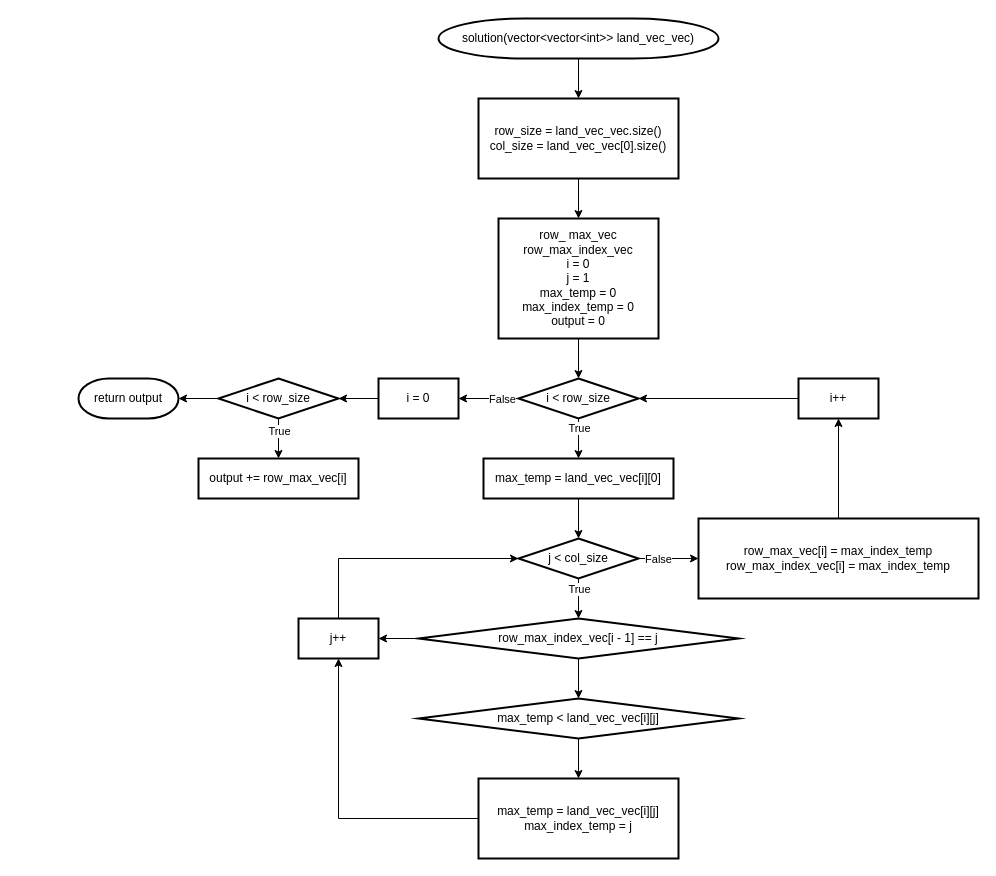
Above: page "before" (1 of 2) of ground picking.drawio in kalgory/201120_Ground-Picking_JHM (draw.io), before the change. Source tidied: cells renumbered, new cells numbered last; positions are measured from the earlier drawing's top-left corner, leaving out a move shared by most shapes. Both pictures are drawn from the tidied source at 100%, with x=0, y=0 at pixel (78, 18).
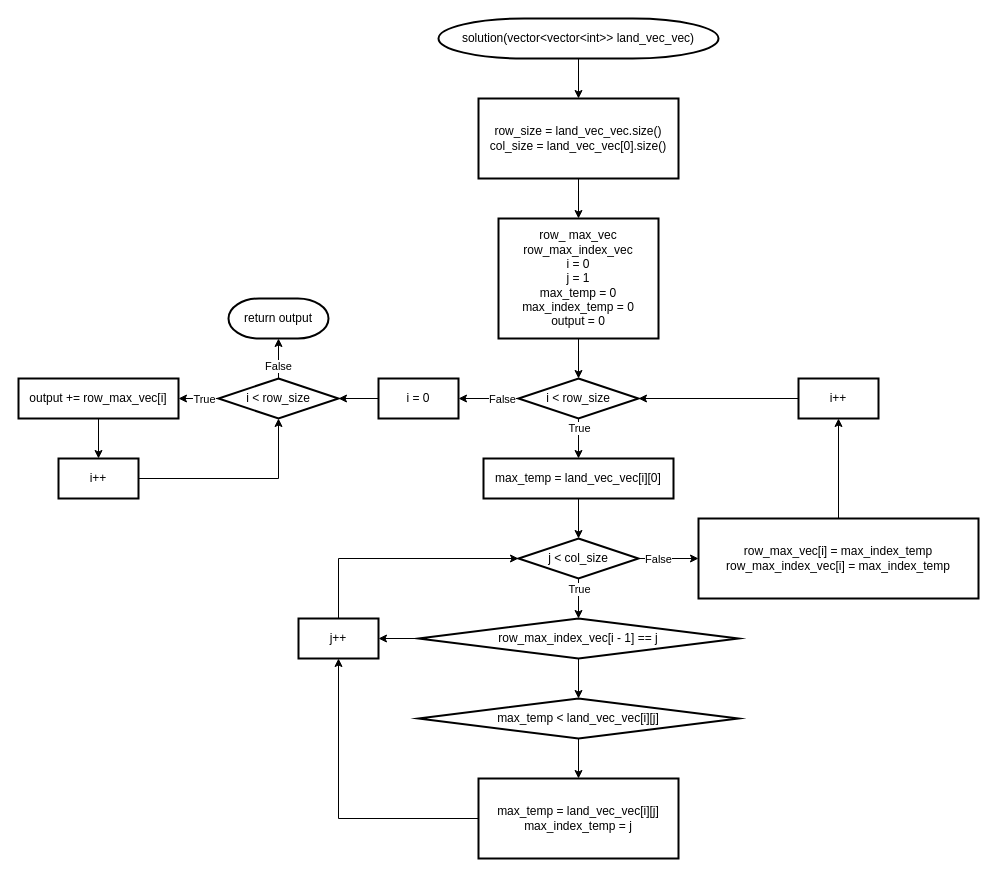
The same diagram, later.

The change refers to these unchanged cells:
```xml
<mxCell id="35" style="edgeStyle=orthogonalEdgeStyle;rounded=0;jettySize=auto;html=1;" parent="1" edge="1" source="38" target="39">
  <mxGeometry relative="1" as="geometry" />
</mxCell>
<mxCell id="37" style="edgeStyle=orthogonalEdgeStyle;rounded=0;jettySize=auto;html=1;" parent="1" edge="1" source="38" target="40">
  <mxGeometry relative="1" as="geometry" />
</mxCell>
<mxCell id="38" value="&lt;span&gt;i &amp;lt; row_size&lt;/span&gt;" style="rhombus;whiteSpace=wrap;html=1;strokeWidth=2;" parent="1" vertex="1">
  <mxGeometry x="140" y="360" width="120" height="40" as="geometry" />
</mxCell>
```

What changed in the source:
```diff
@@
     <mxCell id="36" value="True" style="edgeLabel;html=1;align=center;verticalAlign=middle;" parent="35" vertex="1">
-      <mxGeometry x="-0.42" relative="1" as="geometry" />
+      <mxGeometry x="-0.42" relative="1" as="geometry">
+        <mxPoint x="-3" as="offset" />
+      </mxGeometry>
     </mxCell>
@@
+    <mxCell id="41" value="False" style="edgeLabel;html=1;align=center;verticalAlign=middle;" parent="37" vertex="1">
+      <mxGeometry x="-0.35" relative="1" as="geometry">
+        <mxPoint x="-0.3" as="offset" />
+      </mxGeometry>
+    </mxCell>
@@
+    <mxCell id="42" style="edgeStyle=orthogonalEdgeStyle;rounded=0;jettySize=auto;html=1;" parent="1" edge="1" source="39" target="44">
+      <mxGeometry relative="1" as="geometry" />
+    </mxCell>
     <mxCell id="39" value="output += row_max_vec[i]" style="whiteSpace=wrap;html=1;strokeWidth=2;" parent="1" vertex="1">
-      <mxGeometry x="120" y="440" width="160" height="40" as="geometry" />
+      <mxGeometry x="-60" y="360" width="160" height="40" as="geometry" />
     </mxCell>
     <mxCell id="40" value="return output" style="strokeWidth=2;html=1;shape=mxgraph.flowchart.terminator;whiteSpace=wrap;" parent="1" vertex="1">
-      <mxGeometry y="360" width="100" height="40" as="geometry" />
+      <mxGeometry x="150" y="280" width="100" height="40" as="geometry" />
     </mxCell>
+    <mxCell id="43" style="edgeStyle=orthogonalEdgeStyle;rounded=0;jettySize=auto;html=1;entryX=0.5;entryY=1;entryDx=0;entryDy=0;" parent="1" edge="1" source="44" target="38">
+      <mxGeometry relative="1" as="geometry" />
+    </mxCell>
+    <mxCell id="44" value="i++" style="whiteSpace=wrap;html=1;strokeWidth=2;" parent="1" vertex="1">
+      <mxGeometry x="-20" y="440" width="80" height="40" as="geometry" />
+    </mxCell>
```
